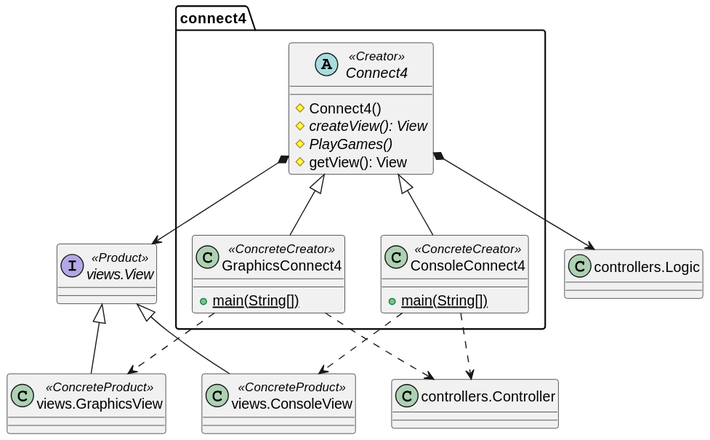
Before: out/connect4/Docs/diagrams/src/packages/connect4.connect4/connect4.connect4.svg, a diagram exported from PlantUML (js-rom/connect4).
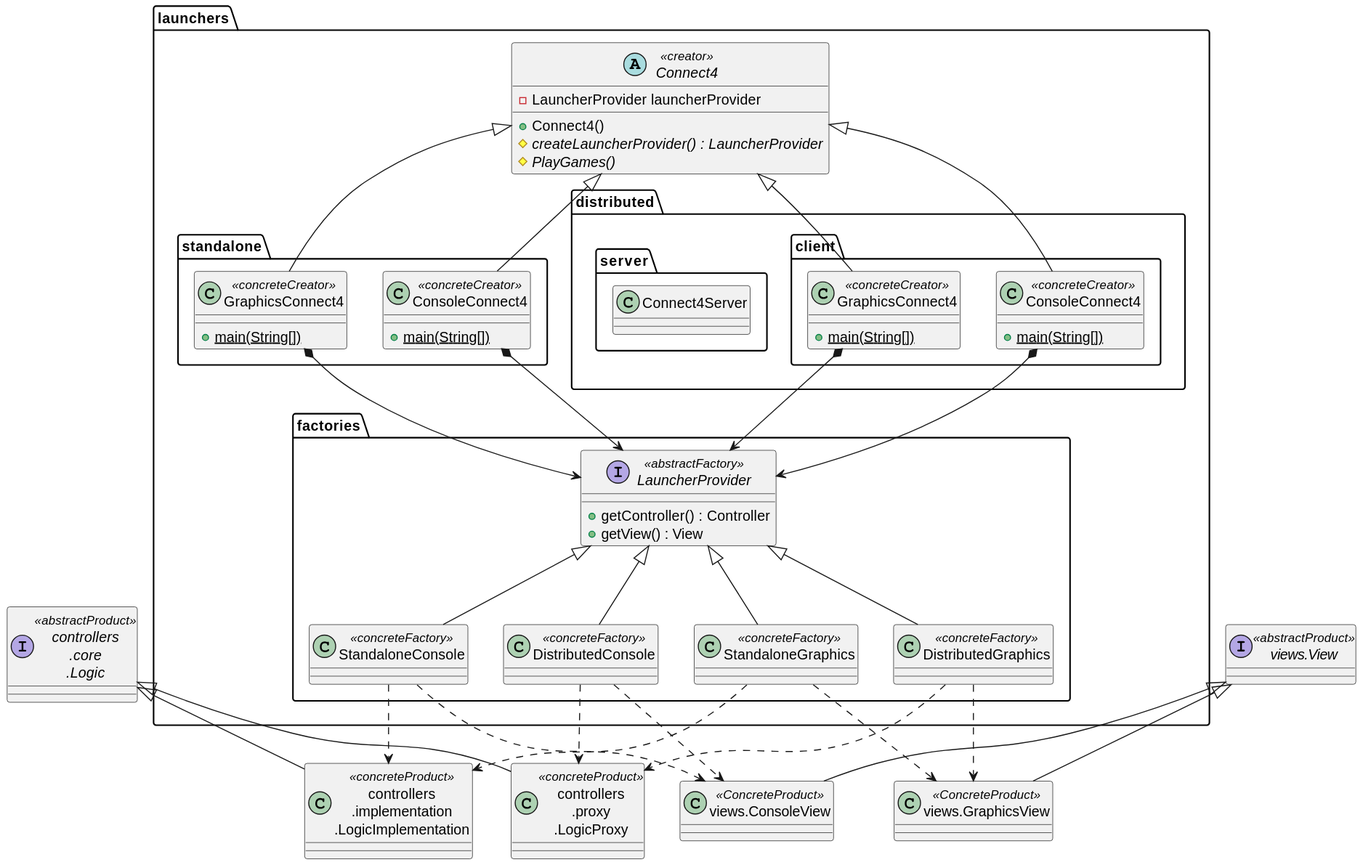
Later version of the same file.

Commit message:
Add package diagrams for distributed and non-distributed architectures. #7

The edit, as a diff of the source:
```diff
@@ -1,33 +1,97 @@
 @startuml
-abstract class connect4.Connect4 <<Creator>>
-class connect4.ConsoleConnect4 <<ConcreteCreator>>
-class connect4.GraphicsConnect4 <<ConcreteCreator>>
+interface Logic as "controllers\n.core\n.Logic" <<abstractProduct>>
+class LogicImplementation as "controllers\n.implementation\n.LogicImplementation" <<concreteProduct>>
+Logic <|-- LogicImplementation
+class LogicProxy as "controllers\n.proxy\n.LogicProxy" <<concreteProduct>>
+Logic <|-- LogicProxy
+
 class ConsoleView as "views.ConsoleView" <<ConcreteProduct>>
 class GraphicsView as "views.GraphicsView" <<ConcreteProduct>>
-interface View as "views.View" <<Product>>
-class Logic as "controllers.Logic"
-class Controller as "controllers.Controller"
+interface View as "views.View" <<abstractProduct>>
 
-Connect4 <|-- ConsoleConnect4
-Connect4 <|-- GraphicsConnect4
-Connect4 *--> View
-Connect4 *--> Logic
+package "launchers" {
 
-GraphicsConnect4 ..> GraphicsView
-ConsoleConnect4 ..> ConsoleView
+    abstract class launchers.Connect4 <<creator>> {
+        - LauncherProvider launcherProvider
+        + Connect4()
+        # {abstract}createLauncherProvider() : LauncherProvider
+        # {abstract} PlayGames()
+    }
 
-ConsoleConnect4 ..> Controller
-GraphicsConnect4 ..> Controller
+    package standalone {
+
+        class ConsoleConnect4 <<concreteCreator>> {
+            {static}+main(String[])
+        }
+
+        class GraphicsConnect4 <<concreteCreator>> {
+            {static}+main(String[])
+        }
+
+    }
+
+        package distributed {
+
+            package client {
+                class ConsoleConnect4 <<concreteCreator>> {
+                    {static}+main(String[])
+                }
+
+                class GraphicsConnect4 <<concreteCreator>> {
+                    {static}+main(String[])
+                }
 
 
-View <|-- ConsoleView
-View <|-- GraphicsView
+            }
+            package server {
+                class Connect4Server
+            }
 
-Connect4 : #Connect4()
-Connect4 : {abstract}#createView(): View
-Connect4 : {abstract}#PlayGames()
-Connect4 : #getView(): View
+    }
 
-GraphicsConnect4 : {static}+main(String[])
-ConsoleConnect4 : {static}+main(String[])
+    launchers.Connect4 <|-- standalone.ConsoleConnect4
+    launchers.Connect4 <|-- standalone.GraphicsConnect4
+    launchers.Connect4 <|-- distributed.client.ConsoleConnect4
+    launchers.Connect4 <|-- distributed.client.GraphicsConnect4
+
+    package factories {
+
+        interface LauncherProvider <<abstractFactory>> {
+            + getController() : Controller
+            + getView() : View
+        }
+
+        class StandaloneConsole <<concreteFactory>> {}
+        class DistributedConsole <<concreteFactory>>
+        class StandaloneGraphics <<concreteFactory>>
+        class DistributedGraphics <<concreteFactory>>
+
+        LauncherProvider <|-- StandaloneConsole
+        LauncherProvider <|-- DistributedConsole
+        LauncherProvider <|-- StandaloneGraphics
+        LauncherProvider <|-- DistributedGraphics
+
+         View <|-- ConsoleView
+         View <|-- GraphicsView
+
+         StandaloneConsole ..> LogicImplementation
+         StandaloneConsole ..> ConsoleView
+
+         DistributedConsole ..> LogicProxy
+         DistributedConsole ..> ConsoleView
+
+         StandaloneGraphics ..> LogicImplementation
+         StandaloneGraphics ..> GraphicsView
+
+         DistributedGraphics ..> LogicProxy
+         DistributedGraphics ..> GraphicsView
+
+    }
+
+    standalone.ConsoleConnect4 *--> factories.LauncherProvider
+    standalone.GraphicsConnect4 *--> factories.LauncherProvider
+    distributed.client.ConsoleConnect4 *--> factories.LauncherProvider
+    distributed.client.GraphicsConnect4 *--> factories.LauncherProvider
+
+}
 @enduml
```
